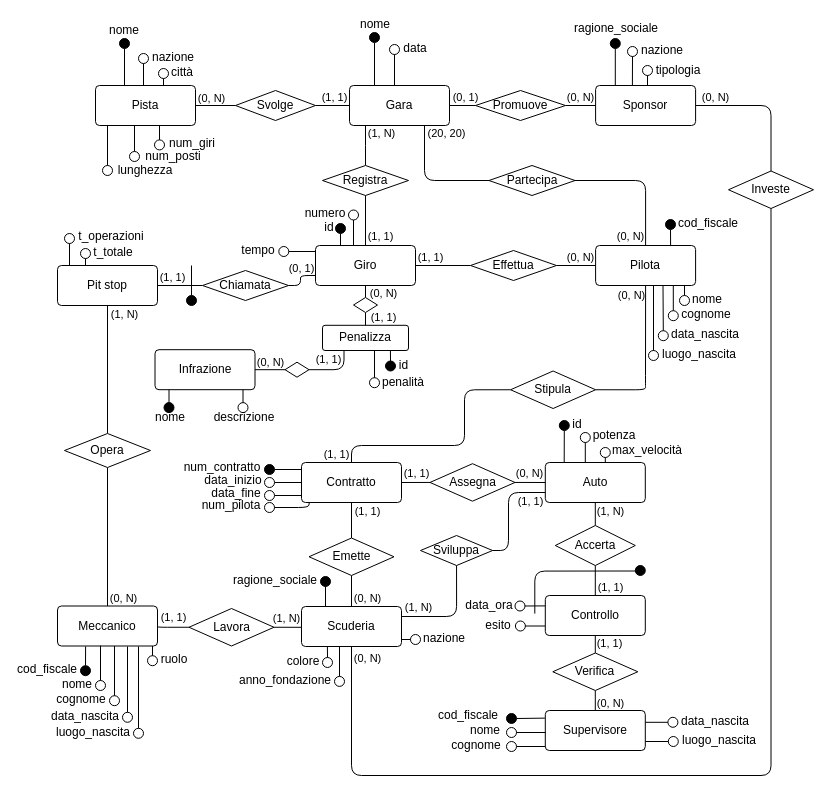
Above: er/finale.drawio in NotXia/car-racing (draw.io), before the change. Source tidied: cells renumbered, new cells numbered last; positions are measured from the earlier drawing's top-left corner, leaving out a move shared by most shapes. Both pictures are drawn from the tidied source at 100%, with x=0, y=0 at pixel (17, 19).
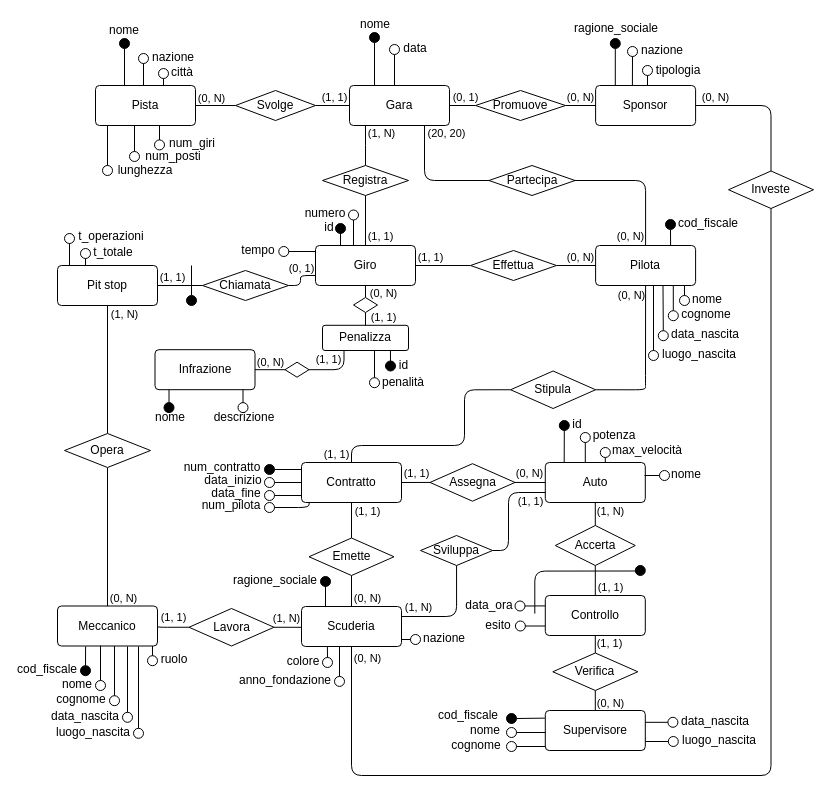
Above is the later version.

Commit message (it also covers changes not shown here):
Add relazione finale

The change refers to these unchanged cells:
```xml
<mxCell id="96" value="Auto" style="rounded=1;arcSize=10;whiteSpace=wrap;html=1;align=center;" parent="1" vertex="1">
  <mxGeometry x="527.8" y="443" width="100" height="40" as="geometry" />
</mxCell>
```

The edit, as a diff of the source:
```diff
@@
+    <mxCell id="252" style="edgeStyle=orthogonalEdgeStyle;rounded=0;jettySize=auto;html=1;exitX=0;exitY=0.5;exitDx=0;exitDy=0;entryX=0.992;entryY=0.313;entryDx=0;entryDy=0;entryPerimeter=0;endArrow=none;endFill=0;" parent="1" edge="1" source="253" target="96">
+      <mxGeometry relative="1" as="geometry" />
+    </mxCell>
+    <mxCell id="253" style="ellipse;whiteSpace=wrap;html=1;fillColor=none;" parent="1" vertex="1">
+      <mxGeometry x="642" y="451" width="10" height="10" as="geometry" />
+    </mxCell>
+    <mxCell id="254" value="nome" style="text;html=1;strokeColor=none;fillColor=none;align=center;verticalAlign=middle;whiteSpace=wrap;rounded=0;" parent="1" vertex="1">
+      <mxGeometry x="642" y="450" width="54" height="10" as="geometry" />
+    </mxCell>
```
